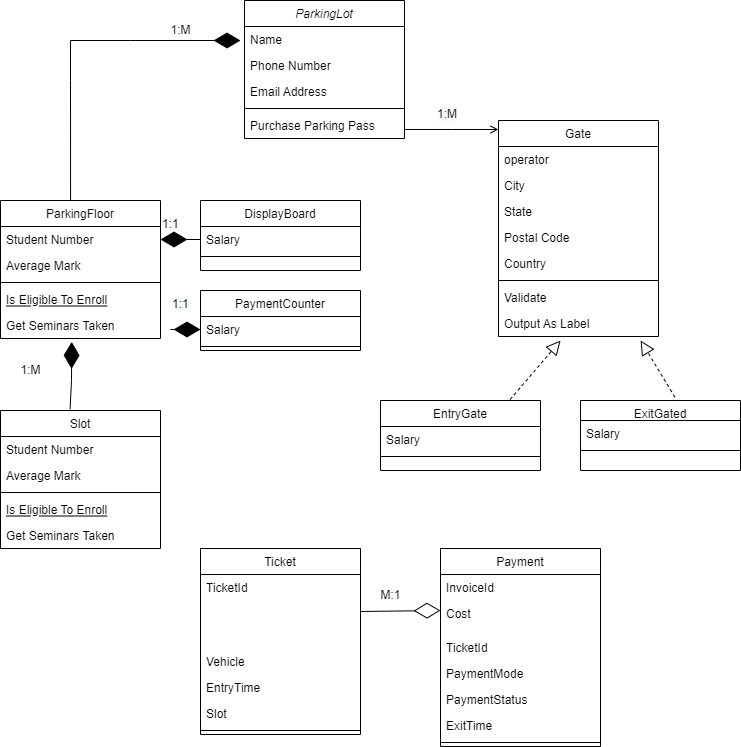
The draw.io diagram ParkinglotDiagram.drawio.png in aditya0608/ParkingLot, before a commit. Source tidied: cells renumbered, new cells last; positions are measured from the earlier drawing's top-left corner, leaving out a move shared by most shapes.
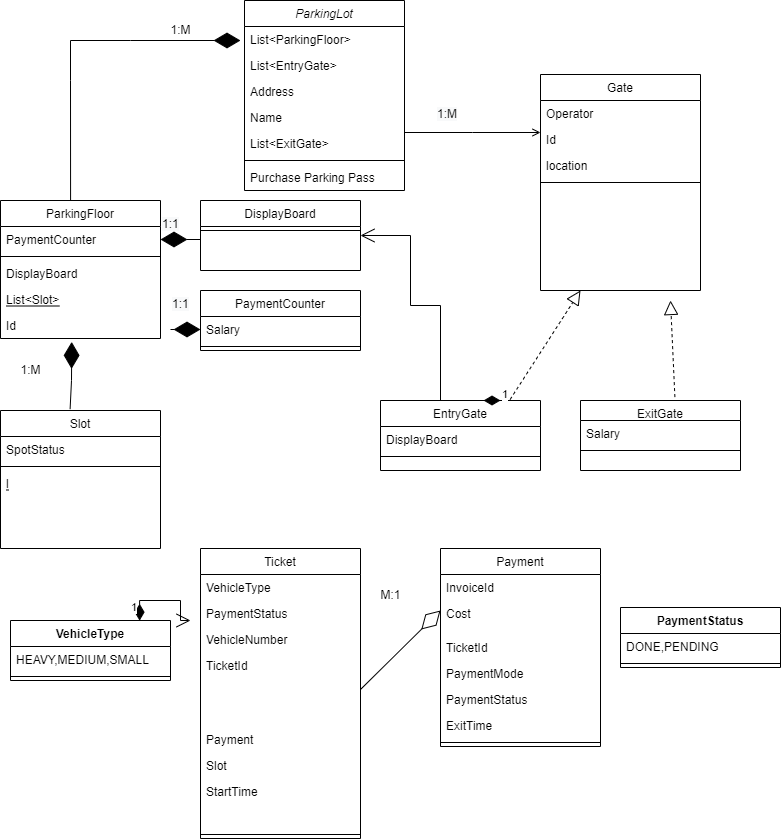
The same diagram one commit later.

Diff of the diagram source:
```diff
@@ -3,77 +3,68 @@
     <mxCell id="0" />
     <mxCell id="1" parent="0" />
     <mxCell id="2" value="ParkingLot" style="swimlane;fontStyle=2;align=center;verticalAlign=top;horizontal=1;startSize=26;rounded=0;shadow=0;strokeWidth=1;" parent="1" vertex="1">
-      <mxGeometry x="244" width="160" height="138" as="geometry" />
+      <mxGeometry x="244" width="160" height="190" as="geometry" />
     </mxCell>
-    <mxCell id="3" value="Name" style="text;align=left;verticalAlign=top;spacingLeft=4;spacingRight=4;overflow=hidden;" parent="2" vertex="1">
+    <mxCell id="3" value="List&lt;ParkingFloor&gt;" style="text;align=left;verticalAlign=top;spacingLeft=4;spacingRight=4;overflow=hidden;" parent="2" vertex="1">
       <mxGeometry y="26" width="160" height="26" as="geometry" />
     </mxCell>
-    <mxCell id="4" value="Phone Number" style="text;align=left;verticalAlign=top;spacingLeft=4;spacingRight=4;overflow=hidden;rounded=0;shadow=0;html=0;" parent="2" vertex="1">
+    <mxCell id="4" value="List&lt;EntryGate&gt;" style="text;align=left;verticalAlign=top;spacingLeft=4;spacingRight=4;overflow=hidden;rounded=0;shadow=0;html=0;" parent="2" vertex="1">
       <mxGeometry y="52" width="160" height="26" as="geometry" />
     </mxCell>
+    <mxCell id="69" value="Address" style="text;strokeColor=none;fillColor=none;align=left;verticalAlign=top;spacingLeft=4;spacingRight=4;overflow=hidden;" parent="2" vertex="1">
+      <mxGeometry y="78" width="160" height="26" as="geometry" />
+    </mxCell>
+    <mxCell id="70" value="Name" style="text;strokeColor=none;fillColor=none;align=left;verticalAlign=top;spacingLeft=4;spacingRight=4;overflow=hidden;" parent="2" vertex="1">
+      <mxGeometry y="104" width="160" height="26" as="geometry" />
+    </mxCell>
-    <mxCell id="5" value="Email Address" style="text;align=left;verticalAlign=top;spacingLeft=4;spacingRight=4;overflow=hidden;rounded=0;shadow=0;html=0;" parent="2" vertex="1">
-      <mxGeometry y="78" width="160" height="26" as="geometry" />
+    <mxCell id="5" value="List&lt;ExitGate&gt;" style="text;align=left;verticalAlign=top;spacingLeft=4;spacingRight=4;overflow=hidden;rounded=0;shadow=0;html=0;" parent="2" vertex="1">
+      <mxGeometry y="130" width="160" height="26" as="geometry" />
     </mxCell>
     <mxCell id="6" style="line;html=1;strokeWidth=1;align=left;verticalAlign=middle;spacingTop=-1;spacingLeft=3;spacingRight=3;labelPosition=right;" parent="2" vertex="1">
-      <mxGeometry y="104" width="160" height="8" as="geometry" />
+      <mxGeometry y="156" width="160" height="8" as="geometry" />
     </mxCell>
     <mxCell id="7" value="Purchase Parking Pass" style="text;align=left;verticalAlign=top;spacingLeft=4;spacingRight=4;overflow=hidden;" parent="2" vertex="1">
-      <mxGeometry y="112" width="160" height="26" as="geometry" />
+      <mxGeometry y="164" width="160" height="26" as="geometry" />
     </mxCell>
     <mxCell id="8" value="ParkingFloor" style="swimlane;fontStyle=0;align=center;verticalAlign=top;horizontal=1;startSize=26;rounded=0;shadow=0;strokeWidth=1;" parent="1" vertex="1">
       <mxGeometry y="200" width="160" height="138" as="geometry" />
     </mxCell>
-    <mxCell id="9" value="Student Number" style="text;align=left;verticalAlign=top;spacingLeft=4;spacingRight=4;overflow=hidden;points=[[0,0.5],[1,0.5]];portConstraint=eastwest;" parent="8" vertex="1">
-      <mxGeometry y="26" width="160" height="26" as="geometry" />
-    </mxCell>
-    <mxCell id="10" value="Average Mark" style="text;align=left;verticalAlign=top;spacingLeft=4;spacingRight=4;overflow=hidden;rounded=0;shadow=0;html=0;" parent="8" vertex="1">
-      <mxGeometry y="52" width="160" height="26" as="geometry" />
+    <mxCell id="10" value="PaymentCounter" style="text;align=left;verticalAlign=top;spacingLeft=4;spacingRight=4;overflow=hidden;rounded=0;shadow=0;html=0;" parent="8" vertex="1">
+      <mxGeometry y="26" width="160" height="26" as="geometry" />
     </mxCell>
     <mxCell id="11" style="line;html=1;strokeWidth=1;align=left;verticalAlign=middle;spacingTop=-1;spacingLeft=3;spacingRight=3;labelPosition=right;" parent="8" vertex="1">
-      <mxGeometry y="78" width="160" height="8" as="geometry" />
+      <mxGeometry y="52" width="160" height="8" as="geometry" />
     </mxCell>
+    <mxCell id="71" value="DisplayBoard" style="text;strokeColor=none;fillColor=none;align=left;verticalAlign=top;spacingLeft=4;spacingRight=4;overflow=hidden;" parent="8" vertex="1">
+      <mxGeometry y="60" width="160" height="26" as="geometry" />
+    </mxCell>
-    <mxCell id="12" value="Is Eligible To Enroll" style="text;align=left;verticalAlign=top;spacingLeft=4;spacingRight=4;overflow=hidden;fontStyle=4;" parent="8" vertex="1">
+    <mxCell id="12" value="List&lt;Slot&gt;" style="text;align=left;verticalAlign=top;spacingLeft=4;spacingRight=4;overflow=hidden;fontStyle=4;" parent="8" vertex="1">
       <mxGeometry y="86" width="160" height="26" as="geometry" />
     </mxCell>
-    <mxCell id="13" value="Get Seminars Taken" style="text;align=left;verticalAlign=top;spacingLeft=4;spacingRight=4;overflow=hidden;points=[[0,0.5],[1,0.5]];portConstraint=eastwest;" parent="8" vertex="1">
+    <mxCell id="13" value="Id" style="text;align=left;verticalAlign=top;spacingLeft=4;spacingRight=4;overflow=hidden;points=[[0,0.5],[1,0.5]];portConstraint=eastwest;" parent="8" vertex="1">
       <mxGeometry y="112" width="160" height="26" as="geometry" />
     </mxCell>
     <mxCell id="14" value="DisplayBoard" style="swimlane;fontStyle=0;align=center;verticalAlign=top;horizontal=1;startSize=26;rounded=0;shadow=0;strokeWidth=1;" parent="1" vertex="1">
       <mxGeometry x="200" y="200" width="160" height="70" as="geometry" />
     </mxCell>
-    <mxCell id="15" value="Salary" style="text;align=left;verticalAlign=top;spacingLeft=4;spacingRight=4;overflow=hidden;points=[[0,0.5],[1,0.5]];portConstraint=eastwest;" parent="14" vertex="1">
-      <mxGeometry y="26" width="160" height="26" as="geometry" />
-    </mxCell>
     <mxCell id="16" style="line;html=1;strokeWidth=1;align=left;verticalAlign=middle;spacingTop=-1;spacingLeft=3;spacingRight=3;labelPosition=right;" parent="14" vertex="1">
-      <mxGeometry y="52" width="160" height="8" as="geometry" />
+      <mxGeometry y="26" width="160" height="8" as="geometry" />
     </mxCell>
     <mxCell id="17" value="Gate" style="swimlane;fontStyle=0;align=center;verticalAlign=top;horizontal=1;startSize=26;rounded=0;shadow=0;strokeWidth=1;" parent="1" vertex="1">
-      <mxGeometry x="498" y="120" width="160" height="216" as="geometry" />
+      <mxGeometry x="540" y="74" width="160" height="216" as="geometry" />
     </mxCell>
-    <mxCell id="18" value="operator" style="text;align=left;verticalAlign=top;spacingLeft=4;spacingRight=4;overflow=hidden;" parent="17" vertex="1">
+    <mxCell id="18" value="Operator" style="text;align=left;verticalAlign=top;spacingLeft=4;spacingRight=4;overflow=hidden;" parent="17" vertex="1">
       <mxGeometry y="26" width="160" height="26" as="geometry" />
     </mxCell>
+    <mxCell id="72" value="Id" style="text;strokeColor=none;fillColor=none;align=left;verticalAlign=top;spacingLeft=4;spacingRight=4;overflow=hidden;" parent="17" vertex="1">
+      <mxGeometry y="52" width="160" height="26" as="geometry" />
+    </mxCell>
-    <mxCell id="19" value="City" style="text;align=left;verticalAlign=top;spacingLeft=4;spacingRight=4;overflow=hidden;rounded=0;shadow=0;html=0;" parent="17" vertex="1">
-      <mxGeometry y="52" width="160" height="26" as="geometry" />
+    <mxCell id="19" value="location" style="text;align=left;verticalAlign=top;spacingLeft=4;spacingRight=4;overflow=hidden;rounded=0;shadow=0;html=0;" parent="17" vertex="1">
+      <mxGeometry y="78" width="160" height="26" as="geometry" />
     </mxCell>
-    <mxCell id="20" value="State" style="text;align=left;verticalAlign=top;spacingLeft=4;spacingRight=4;overflow=hidden;rounded=0;shadow=0;html=0;" parent="17" vertex="1">
-      <mxGeometry y="78" width="160" height="26" as="geometry" />
-    </mxCell>
-    <mxCell id="21" value="Postal Code" style="text;align=left;verticalAlign=top;spacingLeft=4;spacingRight=4;overflow=hidden;rounded=0;shadow=0;html=0;" parent="17" vertex="1">
-      <mxGeometry y="104" width="160" height="26" as="geometry" />
-    </mxCell>
-    <mxCell id="22" value="Country" style="text;align=left;verticalAlign=top;spacingLeft=4;spacingRight=4;overflow=hidden;rounded=0;shadow=0;html=0;" parent="17" vertex="1">
-      <mxGeometry y="130" width="160" height="26" as="geometry" />
-    </mxCell>
     <mxCell id="23" style="line;html=1;strokeWidth=1;align=left;verticalAlign=middle;spacingTop=-1;spacingLeft=3;spacingRight=3;labelPosition=right;" parent="17" vertex="1">
-      <mxGeometry y="156" width="160" height="8" as="geometry" />
+      <mxGeometry y="104" width="160" height="8" as="geometry" />
     </mxCell>
-    <mxCell id="24" value="Validate" style="text;align=left;verticalAlign=top;spacingLeft=4;spacingRight=4;overflow=hidden;" parent="17" vertex="1">
-      <mxGeometry y="164" width="160" height="26" as="geometry" />
-    </mxCell>
-    <mxCell id="25" value="Output As Label" style="text;align=left;verticalAlign=top;spacingLeft=4;spacingRight=4;overflow=hidden;points=[[0,0.5],[1,0.5]];portConstraint=eastwest;" parent="17" vertex="1">
-      <mxGeometry y="190" width="160" height="26" as="geometry" />
-    </mxCell>
     <mxCell id="26" style="endArrow=open;shadow=0;strokeWidth=1;rounded=0;endFill=1;edgeStyle=elbowEdgeStyle;elbow=vertical;" parent="1" edge="1" source="2" target="17">
       <mxGeometry x="0.5" y="41" relative="1" as="geometry">
         <mxPoint x="-40" y="32" as="offset" />
@@ -93,21 +84,15 @@
     <mxCell id="28" value="Slot" style="swimlane;fontStyle=0;align=center;verticalAlign=top;horizontal=1;startSize=26;rounded=0;shadow=0;strokeWidth=1;" parent="1" vertex="1">
       <mxGeometry y="410" width="160" height="138" as="geometry" />
     </mxCell>
-    <mxCell id="29" value="Student Number" style="text;align=left;verticalAlign=top;spacingLeft=4;spacingRight=4;overflow=hidden;" parent="28" vertex="1">
+    <mxCell id="29" value="SpotStatus" style="text;align=left;verticalAlign=top;spacingLeft=4;spacingRight=4;overflow=hidden;" parent="28" vertex="1">
       <mxGeometry y="26" width="160" height="26" as="geometry" />
     </mxCell>
-    <mxCell id="30" value="Average Mark" style="text;align=left;verticalAlign=top;spacingLeft=4;spacingRight=4;overflow=hidden;rounded=0;shadow=0;html=0;" parent="28" vertex="1">
-      <mxGeometry y="52" width="160" height="26" as="geometry" />
-    </mxCell>
     <mxCell id="31" style="line;html=1;strokeWidth=1;align=left;verticalAlign=middle;spacingTop=-1;spacingLeft=3;spacingRight=3;labelPosition=right;" parent="28" vertex="1">
-      <mxGeometry y="78" width="160" height="8" as="geometry" />
+      <mxGeometry y="52" width="160" height="8" as="geometry" />
     </mxCell>
-    <mxCell id="32" value="Is Eligible To Enroll" style="text;align=left;verticalAlign=top;spacingLeft=4;spacingRight=4;overflow=hidden;fontStyle=4;" parent="28" vertex="1">
-      <mxGeometry y="86" width="160" height="26" as="geometry" />
+    <mxCell id="32" value="l" style="text;align=left;verticalAlign=top;spacingLeft=4;spacingRight=4;overflow=hidden;fontStyle=4;" parent="28" vertex="1">
+      <mxGeometry y="60" width="160" height="30" as="geometry" />
     </mxCell>
-    <mxCell id="33" value="Get Seminars Taken" style="text;align=left;verticalAlign=top;spacingLeft=4;spacingRight=4;overflow=hidden;" parent="28" vertex="1">
-      <mxGeometry y="112" width="160" height="26" as="geometry" />
-    </mxCell>
     <mxCell id="34" style="endArrow=diamondThin;endFill=1;endSize=24;html=1;rounded=0;entryX=0.445;entryY=1.131;entryDx=0;entryDy=0;entryPerimeter=0;exitX=0.435;exitY=-0.01;exitDx=0;exitDy=0;exitPerimeter=0;" parent="1" edge="1" source="28" target="13">
       <mxGeometry relative="1" as="geometry">
         <Array as="points">
@@ -115,8 +100,10 @@
         </Array>
       </mxGeometry>
     </mxCell>
-    <mxCell id="35" style="endArrow=diamondThin;endFill=1;endSize=24;html=1;rounded=0;entryX=1;entryY=0.5;entryDx=0;entryDy=0;exitX=0;exitY=0.5;exitDx=0;exitDy=0;" parent="1" edge="1" source="15" target="9">
+    <mxCell id="35" style="endArrow=diamondThin;endFill=1;endSize=24;html=1;rounded=0;entryX=1;entryY=0.5;entryDx=0;entryDy=0;exitX=0;exitY=0.5;exitDx=0;exitDy=0;" parent="1" edge="1">
       <mxGeometry relative="1" as="geometry">
+        <mxPoint x="200" y="239" as="sourcePoint" />
+        <mxPoint x="160" y="239" as="targetPoint" />
         <Array as="points">
           <mxPoint x="200" y="239" />
         </Array>
@@ -136,7 +123,7 @@
         <mxPoint x="170" y="329" as="sourcePoint" />
       </mxGeometry>
     </mxCell>
-    <mxCell id="40" value="ExitGated" style="swimlane;fontStyle=0;align=center;verticalAlign=top;horizontal=1;startSize=20;rounded=0;shadow=0;strokeWidth=1;" parent="1" vertex="1">
+    <mxCell id="40" value="ExitGate" style="swimlane;fontStyle=0;align=center;verticalAlign=top;horizontal=1;startSize=20;rounded=0;shadow=0;strokeWidth=1;" parent="1" vertex="1">
       <mxGeometry x="580" y="400" width="160" height="70" as="geometry" />
     </mxCell>
     <mxCell id="41" value="Salary" style="text;align=left;verticalAlign=top;spacingLeft=4;spacingRight=4;overflow=hidden;" parent="40" vertex="1">
@@ -148,18 +135,18 @@
     <mxCell id="43" value="EntryGate" style="swimlane;fontStyle=0;align=center;verticalAlign=top;horizontal=1;startSize=26;rounded=0;shadow=0;strokeWidth=1;" parent="1" vertex="1">
       <mxGeometry x="380" y="400" width="160" height="70" as="geometry" />
     </mxCell>
-    <mxCell id="44" value="Salary" style="text;align=left;verticalAlign=top;spacingLeft=4;spacingRight=4;overflow=hidden;" parent="43" vertex="1">
+    <mxCell id="44" value="DisplayBoard" style="text;align=left;verticalAlign=top;spacingLeft=4;spacingRight=4;overflow=hidden;" parent="43" vertex="1">
       <mxGeometry y="26" width="160" height="26" as="geometry" />
     </mxCell>
     <mxCell id="45" style="line;html=1;strokeWidth=1;align=left;verticalAlign=middle;spacingTop=-1;spacingLeft=3;spacingRight=3;labelPosition=right;" parent="43" vertex="1">
       <mxGeometry y="52" width="160" height="8" as="geometry" />
     </mxCell>
-    <mxCell id="46" style="endArrow=block;dashed=1;endFill=0;endSize=12;html=1;rounded=0;entryX=0.388;entryY=1.154;entryDx=0;entryDy=0;entryPerimeter=0;exitX=0.81;exitY=-0.014;exitDx=0;exitDy=0;exitPerimeter=0;" parent="1" edge="1" source="43" target="25">
+    <mxCell id="46" style="endArrow=block;dashed=1;endFill=0;endSize=12;html=1;rounded=0;entryX=0.25;entryY=1;entryDx=0;entryDy=0;exitX=0.81;exitY=-0.014;exitDx=0;exitDy=0;exitPerimeter=0;" parent="1" edge="1" source="43" target="17">
       <mxGeometry relative="1" as="geometry" />
     </mxCell>
-    <mxCell id="47" style="endArrow=block;dashed=1;endFill=0;endSize=12;html=1;rounded=0;entryX=0.388;entryY=1.154;entryDx=0;entryDy=0;entryPerimeter=0;exitX=0.59;exitY=-0.049;exitDx=0;exitDy=0;exitPerimeter=0;" parent="1" edge="1" source="40">
+    <mxCell id="47" style="endArrow=block;dashed=1;endFill=0;endSize=12;html=1;rounded=0;exitX=0.59;exitY=-0.049;exitDx=0;exitDy=0;exitPerimeter=0;" parent="1" edge="1" source="40">
       <mxGeometry relative="1" as="geometry">
-        <mxPoint x="640.1" y="340" as="targetPoint" />
+        <mxPoint x="670" y="300" as="targetPoint" />
       </mxGeometry>
     </mxCell>
     <mxCell id="48" value="1:M" style="text;html=1;align=center;verticalAlign=middle;fillColor=none;strokeColor=none;rounded=0;" parent="1" vertex="1">
@@ -169,22 +156,34 @@
       <mxGeometry x="160" y="20" width="40" height="20" as="geometry" />
     </mxCell>
     <mxCell id="50" value="Ticket" style="swimlane;fontStyle=0;align=center;verticalAlign=top;horizontal=1;startSize=26;rounded=0;shadow=0;strokeWidth=1;" parent="1" vertex="1">
-      <mxGeometry x="200" y="548" width="160" height="186" as="geometry" />
+      <mxGeometry x="200" y="548" width="160" height="290" as="geometry" />
     </mxCell>
+    <mxCell id="73" value="VehicleType" style="text;strokeColor=none;fillColor=none;align=left;verticalAlign=top;spacingLeft=4;spacingRight=4;overflow=hidden;" parent="50" vertex="1">
+      <mxGeometry y="26" width="160" height="26" as="geometry" />
+    </mxCell>
+    <mxCell id="74" value="PaymentStatus" style="text;strokeColor=none;fillColor=none;align=left;verticalAlign=top;spacingLeft=4;spacingRight=4;overflow=hidden;" parent="50" vertex="1">
+      <mxGeometry y="52" width="160" height="26" as="geometry" />
+    </mxCell>
+    <mxCell id="75" value="VehicleNumber" style="text;strokeColor=none;fillColor=none;align=left;verticalAlign=top;spacingLeft=4;spacingRight=4;overflow=hidden;" parent="50" vertex="1">
+      <mxGeometry y="78" width="160" height="26" as="geometry" />
+    </mxCell>
     <mxCell id="51" value="TicketId&#10;" style="text;align=left;verticalAlign=top;spacingLeft=4;spacingRight=4;overflow=hidden;points=[[0,0.5],[1,0.5]];portConstraint=eastwest;" parent="50" vertex="1">
-      <mxGeometry y="26" width="160" height="74" as="geometry" />
+      <mxGeometry y="104" width="160" height="74" as="geometry" />
     </mxCell>
-    <mxCell id="52" value="Vehicle" style="text;strokeColor=none;fillColor=none;align=left;verticalAlign=top;spacingLeft=4;spacingRight=4;overflow=hidden;" parent="50" vertex="1">
-      <mxGeometry y="100" width="160" height="26" as="geometry" />
-    </mxCell>
+    <mxCell id="76" value="Payment" style="text;strokeColor=none;fillColor=none;align=left;verticalAlign=top;spacingLeft=4;spacingRight=4;overflow=hidden;" parent="50" vertex="1">
+      <mxGeometry y="178" width="160" height="26" as="geometry" />
+    </mxCell>
+    <mxCell id="54" value="Slot" style="text;strokeColor=none;fillColor=none;align=left;verticalAlign=top;spacingLeft=4;spacingRight=4;overflow=hidden;" parent="50" vertex="1">
+      <mxGeometry y="204" width="160" height="26" as="geometry" />
+    </mxCell>
+    <mxCell id="77" value="StartTime&#10;" style="text;strokeColor=none;fillColor=none;align=left;verticalAlign=top;spacingLeft=4;spacingRight=4;overflow=hidden;" parent="50" vertex="1">
+      <mxGeometry y="230" width="160" height="26" as="geometry" />
+    </mxCell>
-    <mxCell id="53" value="EntryTime&#10;" style="text;strokeColor=none;fillColor=none;align=left;verticalAlign=top;spacingLeft=4;spacingRight=4;overflow=hidden;" parent="50" vertex="1">
-      <mxGeometry y="126" width="160" height="26" as="geometry" />
+    <mxCell id="53" value="&#10;" style="text;strokeColor=none;fillColor=none;align=left;verticalAlign=top;spacingLeft=4;spacingRight=4;overflow=hidden;" parent="50" vertex="1">
+      <mxGeometry y="256" width="160" height="26" as="geometry" />
     </mxCell>
-    <mxCell id="54" value="Slot&#10;" style="text;strokeColor=none;fillColor=none;align=left;verticalAlign=top;spacingLeft=4;spacingRight=4;overflow=hidden;" parent="50" vertex="1">
-      <mxGeometry y="152" width="160" height="26" as="geometry" />
-    </mxCell>
     <mxCell id="55" style="line;html=1;strokeWidth=1;align=left;verticalAlign=middle;spacingTop=-1;spacingLeft=3;spacingRight=3;labelPosition=right;" parent="50" vertex="1">
-      <mxGeometry y="178" width="160" height="8" as="geometry" />
+      <mxGeometry y="282" width="160" height="8" as="geometry" />
     </mxCell>
     <mxCell id="56" value="Payment" style="swimlane;fontStyle=0;align=center;verticalAlign=top;horizontal=1;startSize=26;rounded=0;shadow=0;strokeWidth=1;" parent="1" vertex="1">
       <mxGeometry x="440" y="548" width="160" height="198" as="geometry" />
@@ -227,5 +226,44 @@
     <mxCell id="68" value="&lt;span style=&quot;color: rgb(0, 0, 0); font-family: helvetica; font-size: 12px; font-style: normal; font-weight: 400; letter-spacing: normal; text-align: center; text-indent: 0px; text-transform: none; word-spacing: 0px; background-color: rgb(248, 249, 250); display: inline; float: none;&quot;&gt;1:M&lt;/span&gt;" style="text;whiteSpace=wrap;html=1;" parent="1" vertex="1">
       <mxGeometry x="435" y="100" width="50" height="30" as="geometry" />
     </mxCell>
+    <mxCell id="78" value="VehicleType" style="swimlane;fontStyle=1;align=center;verticalAlign=top;horizontal=1;startSize=26;" parent="1" vertex="1">
+      <mxGeometry x="10" y="620" width="160" height="60" as="geometry" />
+    </mxCell>
+    <mxCell id="79" value="HEAVY,MEDIUM,SMALL" style="text;strokeColor=none;fillColor=none;align=left;verticalAlign=top;spacingLeft=4;spacingRight=4;overflow=hidden;" parent="78" vertex="1">
+      <mxGeometry y="26" width="160" height="26" as="geometry" />
+    </mxCell>
+    <mxCell id="80" style="line;strokeWidth=1;fillColor=none;align=left;verticalAlign=middle;spacingTop=-1;spacingLeft=3;spacingRight=3;labelPosition=right;" parent="78" vertex="1">
+      <mxGeometry y="52" width="160" height="8" as="geometry" />
+    </mxCell>
+    <mxCell id="81" value="1" style="endArrow=open;html=1;endSize=12;startArrow=diamondThin;startSize=14;startFill=1;edgeStyle=orthogonalEdgeStyle;align=left;verticalAlign=bottom;rounded=0;exitX=0.807;exitY=0.003;exitDx=0;exitDy=0;exitPerimeter=0;" parent="1" edge="1" source="78">
+      <mxGeometry x="0.72" y="-41" relative="1" as="geometry">
+        <mxPoint x="190" y="620" as="targetPoint" />
+        <Array as="points">
+          <mxPoint x="139" y="600" />
+          <mxPoint x="180" y="600" />
+          <mxPoint x="180" y="620" />
+        </Array>
+        <mxPoint x="-10" y="-1" as="offset" />
+      </mxGeometry>
+    </mxCell>
+    <mxCell id="82" value="1" style="endArrow=open;html=1;endSize=12;startArrow=diamondThin;startSize=14;startFill=1;edgeStyle=orthogonalEdgeStyle;align=left;verticalAlign=bottom;rounded=0;exitX=0.75;exitY=0;exitDx=0;exitDy=0;entryX=1;entryY=0.5;entryDx=0;entryDy=0;" parent="1" edge="1" source="43" target="14">
+      <mxGeometry x="-1" y="3" relative="1" as="geometry">
+        <Array as="points">
+          <mxPoint x="440" y="400" />
+          <mxPoint x="440" y="305" />
+          <mxPoint x="410" y="305" />
+          <mxPoint x="410" y="235" />
+        </Array>
+      </mxGeometry>
+    </mxCell>
+    <mxCell id="83" value="PaymentStatus" style="swimlane;fontStyle=1;align=center;verticalAlign=top;horizontal=1;startSize=26;" parent="1" vertex="1">
+      <mxGeometry x="620" y="607" width="160" height="60" as="geometry" />
+    </mxCell>
+    <mxCell id="84" value="DONE,PENDING" style="text;strokeColor=none;fillColor=none;align=left;verticalAlign=top;spacingLeft=4;spacingRight=4;overflow=hidden;" parent="83" vertex="1">
+      <mxGeometry y="26" width="160" height="26" as="geometry" />
+    </mxCell>
+    <mxCell id="85" style="line;strokeWidth=1;fillColor=none;align=left;verticalAlign=middle;spacingTop=-1;spacingLeft=3;spacingRight=3;labelPosition=right;" parent="83" vertex="1">
+      <mxGeometry y="52" width="160" height="8" as="geometry" />
+    </mxCell>
   </root>
 </mxGraphModel>
```
